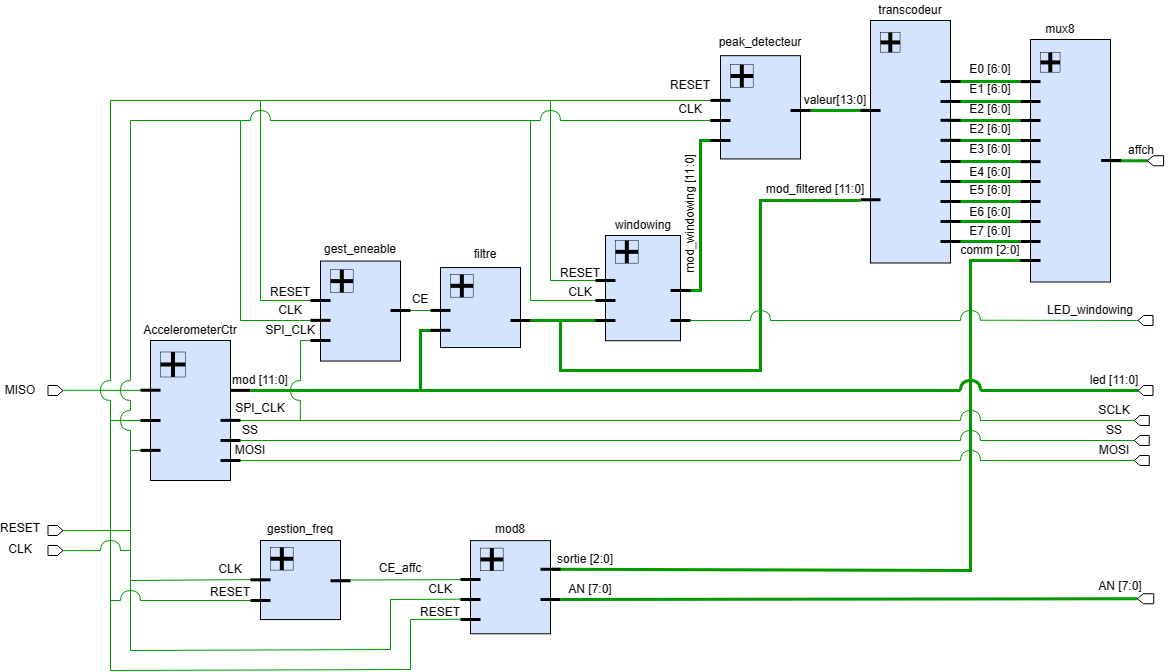
FurlanLucas/Projet-VHDL keeps this draw.io diagram as Diagram.png. Above is the earlier version. Source tidied: cells renumbered, new cells last; positions are measured from the earlier drawing's top-left corner, leaving out a move shared by most shapes.
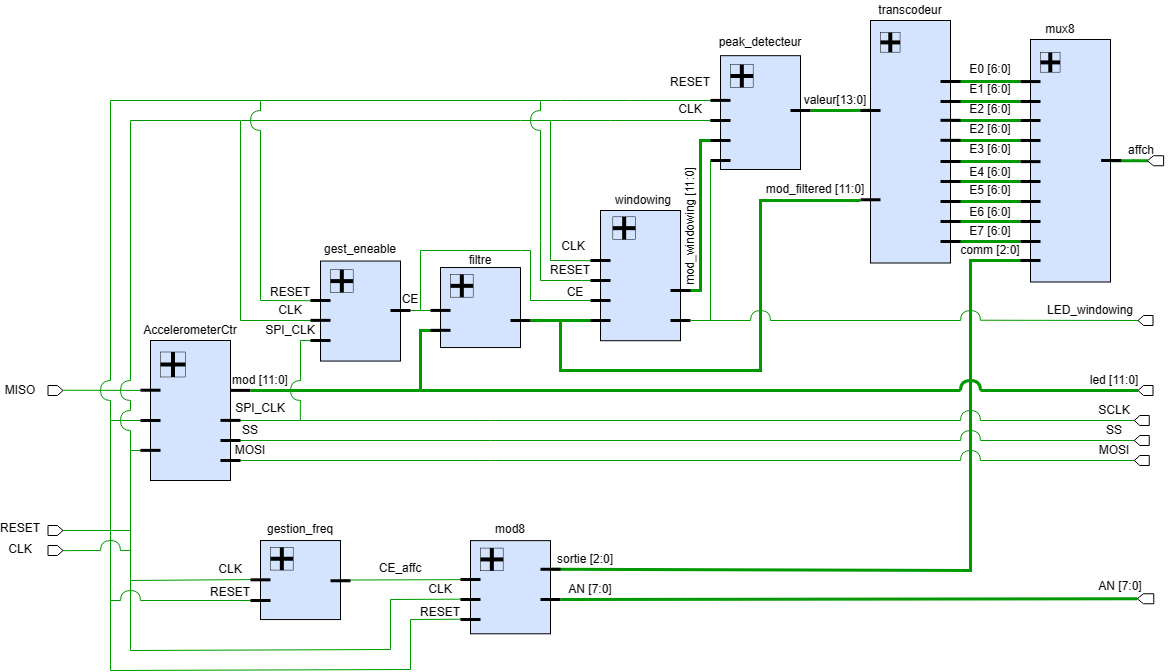
After the commit.

What changed in the source:
```diff
@@ -2,6 +2,14 @@
   <root>
     <mxCell id="0" />
     <mxCell id="1" parent="0" />
+    <mxCell id="238" style="endArrow=none;html=1;rounded=0;strokeColor=#009900;exitX=-0.006;exitY=0.397;exitDx=0;exitDy=0;exitPerimeter=0;" parent="1" edge="1" source="159">
+      <mxGeometry relative="1" as="geometry">
+        <mxPoint x="260" y="130" as="targetPoint" />
+        <Array as="points">
+          <mxPoint x="260" y="300" />
+        </Array>
+      </mxGeometry>
+    </mxCell>
     <mxCell id="2" style="endArrow=none;html=1;rounded=0;strokeColor=#009900;exitX=0;exitY=1;exitDx=0;exitDy=0;" parent="1" edge="1" source="131">
       <mxGeometry relative="1" as="geometry">
         <mxPoint x="490" y="460" as="targetPoint" />
@@ -18,23 +26,22 @@
       </mxGeometry>
     </mxCell>
     <mxCell id="5" style="rounded=0;whiteSpace=wrap;html=1;fillColor=#D4E4FF;strokeColor=#000000;" parent="1" vertex="1">
-      <mxGeometry x="605" y="235" width="75" height="105.2" as="geometry" />
+      <mxGeometry x="600" y="210" width="80" height="130.2" as="geometry" />
     </mxCell>
-    <mxCell id="6" style="endArrow=none;html=1;rounded=0;strokeColor=#009900;" parent="1" edge="1">
+    <mxCell id="6" style="endArrow=none;html=1;rounded=0;strokeColor=#009900;exitX=0;exitY=0.538;exitDx=0;exitDy=0;exitPerimeter=0;" parent="1" edge="1" source="5">
       <mxGeometry relative="1" as="geometry">
-        <mxPoint x="600" y="300" as="sourcePoint" />
-        <mxPoint x="530" y="120" as="targetPoint" />
+        <mxPoint x="540" y="130" as="targetPoint" />
         <Array as="points">
-          <mxPoint x="530" y="300" />
+          <mxPoint x="540" y="280" />
+          <mxPoint x="540" y="240" />
         </Array>
       </mxGeometry>
     </mxCell>
-    <mxCell id="7" style="endArrow=none;html=1;rounded=0;strokeColor=#009900;" parent="1" edge="1">
+    <mxCell id="7" style="endArrow=none;html=1;rounded=0;strokeColor=#009900;exitX=0;exitY=0.386;exitDx=0;exitDy=0;exitPerimeter=0;" parent="1" edge="1" source="5">
       <mxGeometry relative="1" as="geometry">
-        <mxPoint x="600" y="280" as="sourcePoint" />
-        <mxPoint x="550" y="100" as="targetPoint" />
+        <mxPoint x="550" y="120" as="targetPoint" />
         <Array as="points">
-          <mxPoint x="550" y="280" />
+          <mxPoint x="550" y="260" />
         </Array>
       </mxGeometry>
     </mxCell>
@@ -150,8 +157,9 @@
         </Array>
       </mxGeometry>
     </mxCell>
-    <mxCell id="25" style="endArrow=none;html=1;rounded=0;strokeColor=#009900;strokeWidth=3;exitX=0.012;exitY=0.809;exitDx=0;exitDy=0;exitPerimeter=0;" parent="1" edge="1" source="5">
+    <mxCell id="25" style="endArrow=none;html=1;rounded=0;strokeColor=#009900;strokeWidth=3;" parent="1" edge="1">
       <mxGeometry relative="1" as="geometry">
+        <mxPoint x="606" y="320" as="sourcePoint" />
         <mxPoint x="530" y="320" as="targetPoint" />
         <Array as="points">
           <mxPoint x="560" y="320" />
@@ -276,7 +284,7 @@
       </mxGeometry>
     </mxCell>
     <mxCell id="51" value="filtre" style="text;html=1;strokeColor=none;fillColor=none;align=center;verticalAlign=middle;whiteSpace=wrap;rounded=0;" parent="1" vertex="1">
-      <mxGeometry x="435" y="244.2" width="100" height="20" as="geometry" />
+      <mxGeometry x="430" y="250" width="100" height="20" as="geometry" />
     </mxCell>
     <mxCell id="52" style="group;" parent="1" vertex="1">
       <mxGeometry x="260" y="539" width="80" height="83" as="geometry" />
@@ -763,11 +771,11 @@
     <mxCell id="151" style="endArrow=none;html=1;rounded=0;strokeColor=#009900;" parent="1" edge="1">
       <mxGeometry relative="1" as="geometry">
         <mxPoint x="110" y="380" as="sourcePoint" />
-        <mxPoint x="380" y="300" as="targetPoint" />
+        <mxPoint x="260" y="100" as="targetPoint" />
         <Array as="points">
           <mxPoint x="110" y="100" />
           <mxPoint x="260" y="100" />
-          <mxPoint x="260" y="300" />
+          <mxPoint x="260" y="110" />
         </Array>
       </mxGeometry>
     </mxCell>
@@ -880,10 +888,10 @@
       </mxGeometry>
     </mxCell>
     <mxCell id="171" style="group;" parent="1" vertex="1">
-      <mxGeometry x="720" y="59" width="80" height="103.2" as="geometry" />
+      <mxGeometry x="720" y="59" width="80" height="110" as="geometry" />
     </mxCell>
     <mxCell id="172" style="rounded=0;whiteSpace=wrap;html=1;fillColor=#D4E4FF;strokeColor=#000000;" parent="171" vertex="1">
-      <mxGeometry y="-3.8" width="80" height="103.2" as="geometry" />
+      <mxGeometry y="-3.8" width="80" height="113.8" as="geometry" />
     </mxCell>
     <mxCell id="173" style="whiteSpace=wrap;html=1;strokeColor=#000000;fillColor=none;strokeWidth=0.5;gradientColor=none;" parent="171" vertex="1">
       <mxGeometry x="10" y="5.2" width="22.7" height="22.7" as="geometry" />
@@ -894,8 +902,14 @@
     <mxCell id="175" style="endArrow=none;html=1;rounded=0;exitX=0;exitY=0.5;exitDx=0;exitDy=0;entryX=1;entryY=0.5;entryDx=0;entryDy=0;strokeWidth=4;" parent="171" edge="1" source="173" target="173">
       <mxGeometry relative="1" as="geometry" />
     </mxCell>
+    <mxCell id="239" style="endArrow=none;html=1;rounded=0;strokeColor=#000000;strokeWidth=3;endSize=1;" parent="171" edge="1">
+      <mxGeometry relative="1" as="geometry">
+        <mxPoint x="-10" y="101" as="sourcePoint" />
+        <mxPoint x="10" y="101" as="targetPoint" />
+      </mxGeometry>
+    </mxCell>
     <mxCell id="176" value="windowing" style="text;html=1;strokeColor=none;fillColor=none;align=center;verticalAlign=middle;whiteSpace=wrap;rounded=0;" parent="1" vertex="1">
-      <mxGeometry x="592.5" y="215" width="100" height="20" as="geometry" />
+      <mxGeometry x="592.5" y="190" width="100" height="20" as="geometry" />
     </mxCell>
     <mxCell id="177" value="gest_eneable" style="text;html=1;strokeColor=none;fillColor=none;align=center;verticalAlign=middle;whiteSpace=wrap;rounded=0;" parent="1" vertex="1">
       <mxGeometry x="310" y="239" width="100" height="20" as="geometry" />
@@ -916,7 +930,7 @@
       <mxGeometry x="270" y="320" width="40" height="20" as="geometry" />
     </mxCell>
     <mxCell id="182" value="CE" style="text;html=1;strokeColor=none;fillColor=none;align=center;verticalAlign=middle;whiteSpace=wrap;rounded=0;" parent="1" vertex="1">
-      <mxGeometry x="410" y="289.2" width="20" height="20" as="geometry" />
+      <mxGeometry x="400" y="289.2" width="20" height="20" as="geometry" />
     </mxCell>
     <mxCell id="183" value="affch" style="text;html=1;strokeColor=none;fillColor=none;align=center;verticalAlign=middle;whiteSpace=wrap;rounded=0;" parent="1" vertex="1">
       <mxGeometry x="1120.6" y="140" width="40" height="20" as="geometry" />
@@ -1014,17 +1028,17 @@
     </mxCell>
     <mxCell id="207" style="endArrow=none;html=1;rounded=0;strokeWidth=1;edgeStyle=orthogonalEdgeStyle;curved=1;strokeColor=#009900;" parent="1" edge="1">
       <mxGeometry relative="1" as="geometry">
-        <mxPoint x="270" y="120" as="sourcePoint" />
-        <mxPoint x="250" y="120" as="targetPoint" />
+        <mxPoint x="260" y="110" as="sourcePoint" />
+        <mxPoint x="260" y="130" as="targetPoint" />
         <Array as="points">
-          <mxPoint x="270" y="110" />
           <mxPoint x="250" y="110" />
+          <mxPoint x="250" y="130" />
         </Array>
       </mxGeometry>
     </mxCell>
     <mxCell id="208" style="endArrow=none;html=1;rounded=0;strokeColor=#009900;" parent="1" edge="1">
       <mxGeometry relative="1" as="geometry">
-        <mxPoint x="560" y="120" as="sourcePoint" />
+        <mxPoint x="520" y="120" as="sourcePoint" />
         <mxPoint x="710" y="120" as="targetPoint" />
         <Array as="points">
           <mxPoint x="610" y="120" />
@@ -1034,7 +1048,10 @@
     <mxCell id="209" style="endArrow=none;html=1;rounded=0;strokeColor=#009900;" parent="1" edge="1">
       <mxGeometry relative="1" as="geometry">
         <mxPoint x="240" y="120" as="sourcePoint" />
-        <mxPoint x="250" y="120" as="targetPoint" />
+        <mxPoint x="240" y="120" as="targetPoint" />
+        <Array as="points">
+          <mxPoint x="270" y="120" />
+        </Array>
       </mxGeometry>
     </mxCell>
     <mxCell id="210" style="endArrow=none;html=1;rounded=0;strokeColor=#009900;" parent="1" edge="1">
@@ -1048,7 +1065,7 @@
       </mxGeometry>
     </mxCell>
     <mxCell id="211" value="RESET" style="text;html=1;strokeColor=none;fillColor=none;align=center;verticalAlign=middle;whiteSpace=wrap;rounded=0;" parent="1" vertex="1">
-      <mxGeometry x="670" y="74.8" width="40" height="20" as="geometry" />
+      <mxGeometry x="670" y="71.7" width="40" height="20" as="geometry" />
     </mxCell>
     <mxCell id="212" value="CLK" style="text;html=1;strokeColor=none;fillColor=none;align=center;verticalAlign=middle;whiteSpace=wrap;rounded=0;" parent="1" vertex="1">
       <mxGeometry x="670" y="99" width="40" height="20" as="geometry" />
@@ -1066,7 +1083,7 @@
       </mxGeometry>
     </mxCell>
     <mxCell id="215" style="whiteSpace=wrap;html=1;strokeColor=#000000;fillColor=none;strokeWidth=0.5;gradientColor=none;" parent="1" vertex="1">
-      <mxGeometry x="615" y="240" width="22.7" height="22.7" as="geometry" />
+      <mxGeometry x="612.3" y="216.3" width="22.7" height="22.7" as="geometry" />
     </mxCell>
     <mxCell id="216" style="endArrow=none;html=1;rounded=0;exitX=0.5;exitY=1;exitDx=0;exitDy=0;entryX=0.5;entryY=0;entryDx=0;entryDy=0;strokeWidth=4;" parent="1" edge="1" source="215" target="215">
       <mxGeometry relative="1" as="geometry" />
@@ -1076,29 +1093,29 @@
     </mxCell>
     <mxCell id="218" style="endArrow=none;html=1;rounded=0;strokeColor=#000000;strokeWidth=3;endSize=1;" parent="1" edge="1">
       <mxGeometry relative="1" as="geometry">
-        <mxPoint x="595" y="320" as="sourcePoint" />
-        <mxPoint x="615" y="320" as="targetPoint" />
+        <mxPoint x="590" y="320" as="sourcePoint" />
+        <mxPoint x="610" y="320" as="targetPoint" />
       </mxGeometry>
     </mxCell>
     <mxCell id="219" style="endArrow=none;html=1;rounded=0;strokeColor=#000000;strokeWidth=3;endSize=1;" parent="1" edge="1">
       <mxGeometry relative="1" as="geometry">
-        <mxPoint x="595" y="300" as="sourcePoint" />
-        <mxPoint x="615" y="300" as="targetPoint" />
+        <mxPoint x="590" y="300" as="sourcePoint" />
+        <mxPoint x="610" y="300" as="targetPoint" />
       </mxGeometry>
     </mxCell>
     <mxCell id="220" style="endArrow=none;html=1;rounded=0;strokeColor=#000000;strokeWidth=3;endSize=1;" parent="1" edge="1">
       <mxGeometry relative="1" as="geometry">
-        <mxPoint x="595" y="280" as="sourcePoint" />
-        <mxPoint x="615" y="280" as="targetPoint" />
+        <mxPoint x="590" y="280" as="sourcePoint" />
+        <mxPoint x="610" y="280" as="targetPoint" />
       </mxGeometry>
     </mxCell>
     <mxCell id="221" style="endArrow=none;html=1;rounded=0;strokeWidth=1;edgeStyle=orthogonalEdgeStyle;curved=1;strokeColor=#009900;" parent="1" edge="1">
       <mxGeometry x="-1" y="-316" relative="1" as="geometry">
-        <mxPoint x="560" y="120" as="sourcePoint" />
-        <mxPoint x="540" y="120" as="targetPoint" />
+        <mxPoint x="540" y="110" as="sourcePoint" />
+        <mxPoint x="540" y="130" as="targetPoint" />
         <Array as="points">
-          <mxPoint x="560" y="110" />
-          <mxPoint x="540" y="110" />
+          <mxPoint x="530" y="110" />
+          <mxPoint x="530" y="130" />
         </Array>
         <mxPoint x="300" y="216" as="offset" />
       </mxGeometry>
@@ -1106,15 +1123,15 @@
     <mxCell id="222" style="endArrow=none;html=1;rounded=0;strokeColor=#009900;" parent="1" edge="1">
       <mxGeometry x="1" y="90" relative="1" as="geometry">
         <mxPoint x="270" y="120" as="sourcePoint" />
-        <mxPoint x="540" y="120" as="targetPoint" />
+        <mxPoint x="520" y="120" as="targetPoint" />
         <mxPoint x="-90" y="90" as="offset" />
       </mxGeometry>
     </mxCell>
     <mxCell id="223" value="RESET" style="text;html=1;strokeColor=none;fillColor=none;align=center;verticalAlign=middle;whiteSpace=wrap;rounded=0;" parent="1" vertex="1">
-      <mxGeometry x="560" y="267" width="40" height="11" as="geometry" />
+      <mxGeometry x="550" y="264.2" width="40" height="11" as="geometry" />
     </mxCell>
     <mxCell id="224" value="CLK" style="text;html=1;strokeColor=none;fillColor=none;align=center;verticalAlign=middle;whiteSpace=wrap;rounded=0;" parent="1" vertex="1">
-      <mxGeometry x="560" y="281.5" width="40" height="20" as="geometry" />
+      <mxGeometry x="552.5" y="236.3" width="40" height="20" as="geometry" />
     </mxCell>
     <mxCell id="225" style="endArrow=none;html=1;rounded=0;strokeColor=#009900;strokeWidth=3;" parent="1" edge="1">
       <mxGeometry x="-0.37" y="-75" relative="1" as="geometry">
@@ -1186,7 +1203,7 @@
       <mxGeometry x="1140" y="312.5" width="10" height="15" as="geometry" />
     </mxCell>
     <mxCell id="236" value="mod_windowing [11:0]" style="text;html=1;strokeColor=none;fillColor=none;align=center;verticalAlign=middle;whiteSpace=wrap;rounded=0;rotation=-90;" parent="1" vertex="1">
-      <mxGeometry x="628.8" y="203.8" width="122.5" height="20" as="geometry" />
+      <mxGeometry x="628.8" y="216.3" width="122.5" height="20" as="geometry" />
     </mxCell>
     <mxCell id="237" style="endArrow=none;html=1;rounded=0;strokeColor=#000000;strokeWidth=3;endSize=1;" parent="1" edge="1">
       <mxGeometry relative="1" as="geometry">
@@ -1194,5 +1211,38 @@
         <mxPoint x="330" y="340" as="targetPoint" />
       </mxGeometry>
     </mxCell>
+    <mxCell id="240" style="endArrow=none;html=1;rounded=0;strokeColor=#009900;" parent="1" edge="1">
+      <mxGeometry relative="1" as="geometry">
+        <mxPoint x="420" y="310" as="sourcePoint" />
+        <mxPoint x="590" y="300" as="targetPoint" />
+        <Array as="points">
+          <mxPoint x="420" y="250" />
+          <mxPoint x="520" y="250" />
+          <mxPoint x="530" y="250" />
+          <mxPoint x="530" y="300" />
+        </Array>
+      </mxGeometry>
+    </mxCell>
+    <mxCell id="241" style="endArrow=none;html=1;rounded=0;strokeColor=#000000;strokeWidth=3;endSize=1;" parent="1" edge="1">
+      <mxGeometry relative="1" as="geometry">
+        <mxPoint x="590" y="260" as="sourcePoint" />
+        <mxPoint x="610" y="260" as="targetPoint" />
+      </mxGeometry>
+    </mxCell>
+    <mxCell id="242" value="CE" style="text;html=1;strokeColor=none;fillColor=none;align=center;verticalAlign=middle;whiteSpace=wrap;rounded=0;" parent="1" vertex="1">
+      <mxGeometry x="565" y="281.5" width="20" height="20" as="geometry" />
+    </mxCell>
+    <mxCell id="243" style="endArrow=none;html=1;rounded=0;strokeColor=#009900;" parent="1" edge="1">
+      <mxGeometry relative="1" as="geometry">
+        <mxPoint x="710" y="320" as="sourcePoint" />
+        <mxPoint x="710" y="159.8" as="targetPoint" />
+      </mxGeometry>
+    </mxCell>
+    <mxCell id="244" style="endArrow=none;html=1;rounded=0;strokeColor=#009900;" parent="1" edge="1">
+      <mxGeometry relative="1" as="geometry">
+        <mxPoint x="540" y="110" as="sourcePoint" />
+        <mxPoint x="540" y="100" as="targetPoint" />
+      </mxGeometry>
+    </mxCell>
   </root>
 </mxGraphModel>
```
